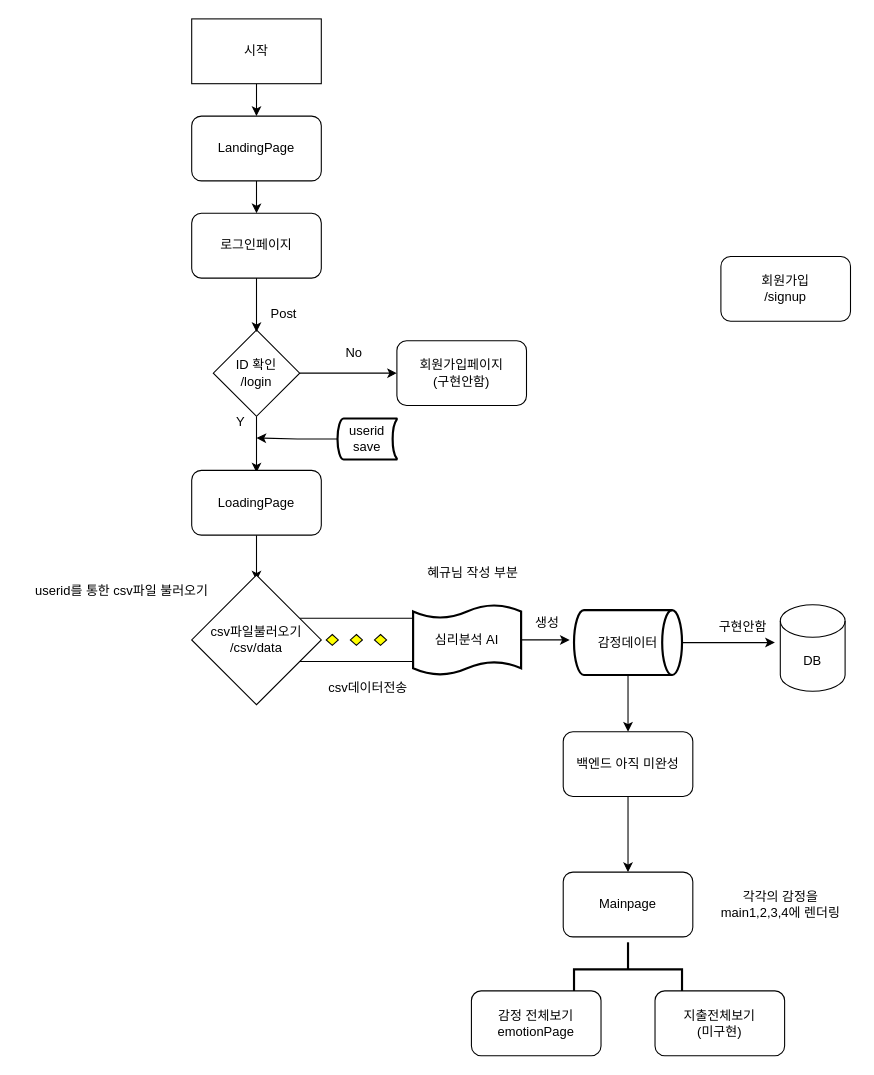
Junhyeong1107/Architect keeps this draw.io diagram as kb_flowchart.drawio. Above is the earlier version. Source tidied: cells renumbered, new cells numbered last; positions are measured from the earlier drawing's top-left corner, leaving out a move shared by most shapes. Both pictures are drawn from the tidied source at 108%, with x=0, y=0 at pixel (18, 18).
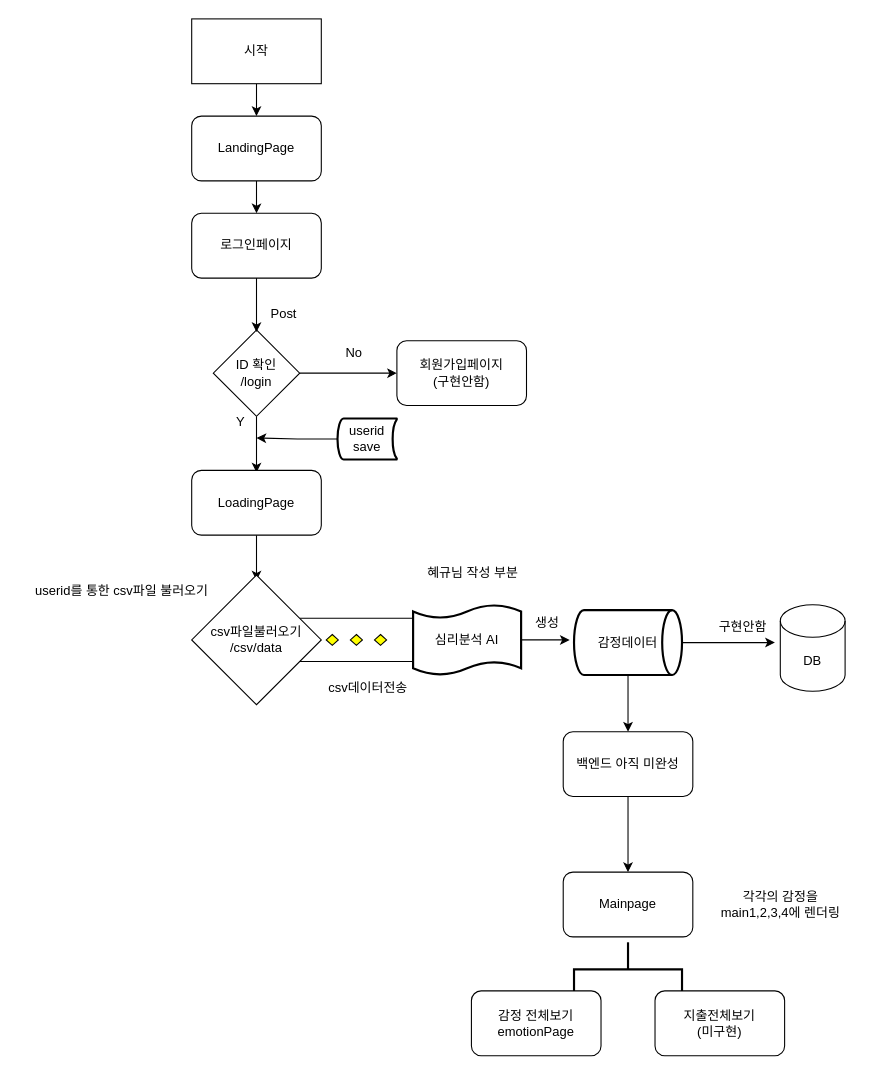
The same page after the edit.

The edit, as a diff of the source:
```diff
@@
-    <mxCell id="7" value="회원가입&lt;div&gt;/signup&lt;/div&gt;" style="rounded=1;whiteSpace=wrap;html=1;" parent="1" vertex="1">
-      <mxGeometry x="650" y="220" width="120" height="60" as="geometry" />
-    </mxCell>
```
